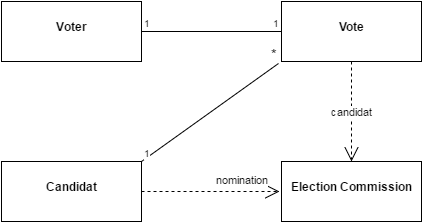
This is classes.png from Murashko-Denis/System-of-vote, a draw.io export, as it was before one commit. Source tidied: cells renumbered, new cells last; positions are measured from the earlier drawing's top-left corner, leaving out a move shared by most shapes.
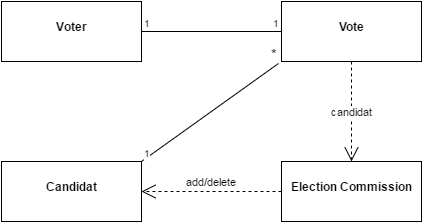
Later version of the same file.

The edit, as a diff of the source:
```diff
@@ -11,10 +11,8 @@
     <mxCell id="4" value="&lt;p style=&quot;margin: 0px ; margin-top: 4px ; text-align: center&quot;&gt;&lt;b&gt;&lt;br&gt;&lt;span&gt;Election Commission&lt;/span&gt;&lt;/b&gt;&lt;br&gt;&lt;/p&gt;" style="verticalAlign=top;align=left;overflow=fill;fontSize=12;fontFamily=Helvetica;html=1;" parent="1" vertex="1">
       <mxGeometry x="280" y="160" width="140" height="60" as="geometry" />
     </mxCell>
-    <mxCell id="5" value="nomination" style="endArrow=open;endSize=12;dashed=1;html=1;exitX=1;exitY=0.5;rotation=200;" parent="1" edge="1" source="3">
-      <mxGeometry x="0.46" y="12" relative="1" as="geometry">
-        <mxPoint x="278" y="190" as="targetPoint" />
-      </mxGeometry>
+    <mxCell id="5" value="add/delete" style="endArrow=open;endSize=12;dashed=1;html=1;exitX=0;exitY=0.5;rotation=200;entryX=1;entryY=0.5;" parent="1" edge="1" source="4" target="3">
+      <mxGeometry y="-10" relative="1" as="geometry" />
     </mxCell>
     <mxCell id="6" value="&lt;p style=&quot;margin: 0px ; margin-top: 4px ; text-align: center&quot;&gt;&lt;br&gt;&lt;b&gt;Vote&lt;/b&gt;&lt;/p&gt;" style="verticalAlign=top;align=left;overflow=fill;fontSize=12;fontFamily=Helvetica;html=1;" parent="1" vertex="1">
       <mxGeometry x="280" width="140" height="60" as="geometry" />
```
